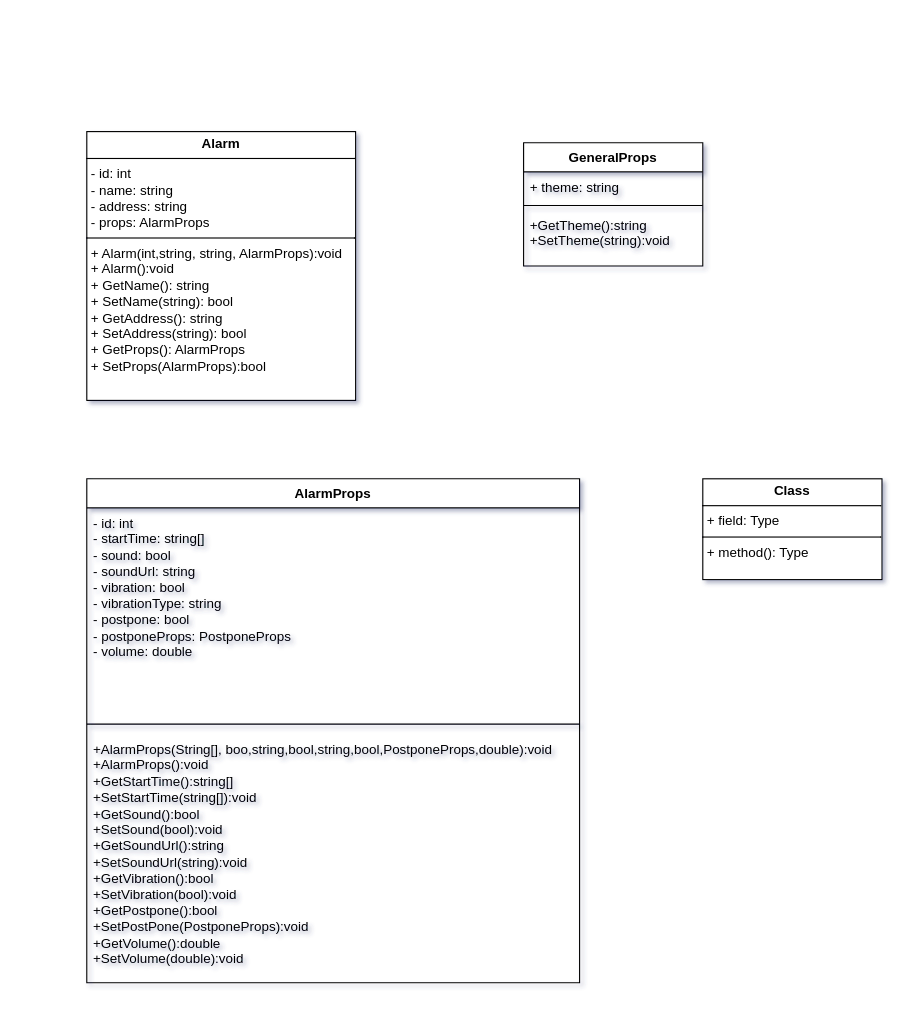
SenhorContritus/INI3B-EQ2 keeps this draw.io diagram as docs/diagrama de classes.drawio. Above is the earlier version. Source tidied: cells renumbered, new cells numbered last; positions are measured from the earlier drawing's top-left corner, leaving out a move shared by most shapes. Both pictures are drawn from the tidied source at 112%, with x=0, y=0 at pixel (86, 131).
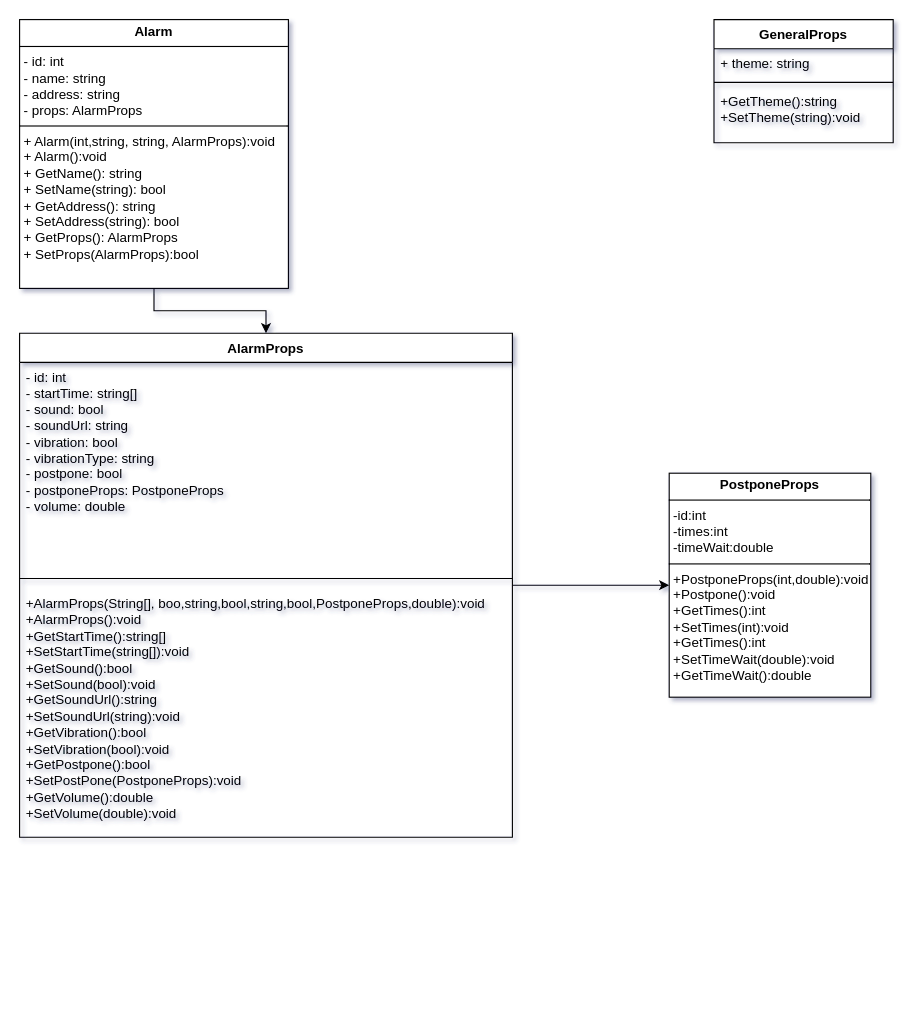
Above is the later version.

What changed in the source:
```diff
@@
 <mxGraphModel shadow="1">
   <root>
     <mxCell id="0" />
     <mxCell id="1" parent="0" />
+    <mxCell id="12" style="edgeStyle=orthogonalEdgeStyle;rounded=0;jettySize=auto;html=1;exitX=0.5;exitY=1;exitDx=0;exitDy=0;entryX=0.5;entryY=0;entryDx=0;entryDy=0;" parent="1" edge="1" source="2" target="3">
+      <mxGeometry relative="1" as="geometry" />
+    </mxCell>
     <mxCell id="2" value="&lt;p style=&quot;margin:0px;margin-top:4px;text-align:center;&quot;&gt;&lt;b&gt;Alarm&lt;/b&gt;&lt;/p&gt;&lt;hr size=&quot;1&quot; style=&quot;border-style:solid;&quot;&gt;&lt;p style=&quot;margin:0px;margin-left:4px;&quot;&gt;- id: int&lt;/p&gt;&lt;p style=&quot;margin:0px;margin-left:4px;&quot;&gt;- name: string&lt;/p&gt;&lt;p style=&quot;margin:0px;margin-left:4px;&quot;&gt;- address: string&lt;/p&gt;&lt;p style=&quot;margin:0px;margin-left:4px;&quot;&gt;- props: AlarmProps&lt;/p&gt;&lt;hr size=&quot;1&quot; style=&quot;border-style:solid;&quot;&gt;&lt;p style=&quot;margin:0px;margin-left:4px;&quot;&gt;+ Alarm(int,string, string, AlarmProps):void&lt;/p&gt;&lt;p style=&quot;margin:0px;margin-left:4px;&quot;&gt;+ Alarm():void&lt;/p&gt;&lt;p style=&quot;margin:0px;margin-left:4px;&quot;&gt;+ GetName(): string&lt;/p&gt;&lt;p style=&quot;margin:0px;margin-left:4px;&quot;&gt;+ SetName(string): bool&lt;/p&gt;&lt;p style=&quot;margin:0px;margin-left:4px;&quot;&gt;+ GetAddress(): string&lt;/p&gt;&lt;p style=&quot;margin:0px;margin-left:4px;&quot;&gt;+ SetAddress(string): bool&lt;/p&gt;&lt;p style=&quot;margin:0px;margin-left:4px;&quot;&gt;+ GetProps(): AlarmProps&lt;/p&gt;&lt;p style=&quot;margin:0px;margin-left:4px;&quot;&gt;+ SetProps(AlarmProps):bool&lt;/p&gt;" style="verticalAlign=top;align=left;overflow=fill;html=1;whiteSpace=wrap;" parent="1" vertex="1">
-      <mxGeometry width="240" height="240" as="geometry" />
+      <mxGeometry x="-60" y="-100" width="240" height="240" as="geometry" />
     </mxCell>
+    <mxCell id="13" style="edgeStyle=orthogonalEdgeStyle;rounded=0;jettySize=auto;html=1;entryX=0;entryY=0.5;entryDx=0;entryDy=0;" parent="1" edge="1" source="3" target="11">
+      <mxGeometry relative="1" as="geometry" />
+    </mxCell>
     <mxCell id="3" value="AlarmProps" style="swimlane;fontStyle=1;align=center;verticalAlign=top;horizontal=1;startSize=26;whiteSpace=wrap;html=1;" parent="1" vertex="1">
-      <mxGeometry y="310" width="440" height="450" as="geometry" />
+      <mxGeometry x="-60" y="180" width="440" height="450" as="geometry" />
     </mxCell>
     <mxCell id="4" value="&lt;div&gt;- id: int&lt;/div&gt;&lt;div&gt;- startTime: string[]&lt;/div&gt;- sound: bool&lt;div&gt;- soundUrl: string&lt;/div&gt;&lt;div&gt;- vibration: bool&lt;/div&gt;&lt;div&gt;- vibrationType: string&lt;/div&gt;&lt;div&gt;- postpone: bool&lt;/div&gt;&lt;div&gt;- postponeProps: PostponeProps&lt;/div&gt;&lt;div&gt;- volume: double&lt;/div&gt;" style="text;strokeColor=none;fillColor=none;align=left;verticalAlign=top;spacingLeft=4;spacingRight=4;overflow=hidden;whiteSpace=wrap;html=1;" parent="3" vertex="1">
       <mxGeometry y="26" width="440" height="184" as="geometry" />
     </mxCell>
     <mxCell id="5" style="line;strokeWidth=1;fillColor=none;align=left;verticalAlign=middle;spacingTop=-1;spacingLeft=3;spacingRight=3;labelPosition=right;strokeColor=inherit;" parent="3" vertex="1">
       <mxGeometry y="210" width="440" height="18" as="geometry" />
     </mxCell>
     <mxCell id="6" value="&lt;div&gt;+AlarmProps(String[], boo,string,bool,string,bool,PostponeProps,double):void&lt;/div&gt;&lt;div&gt;+AlarmProps():void&lt;/div&gt;&lt;div&gt;+GetStartTime():string[]&lt;/div&gt;&lt;div&gt;+SetStartTime(string[]):void&lt;/div&gt;+GetSound():bool&lt;div&gt;+SetSound(bool):void&lt;/div&gt;&lt;div&gt;+GetSoundUrl():string&lt;/div&gt;&lt;div&gt;+SetSoundUrl(string):void&lt;/div&gt;&lt;div&gt;+GetVibration():bool&lt;/div&gt;&lt;div&gt;+SetVibration(bool):void&lt;/div&gt;&lt;div&gt;+GetPostpone():bool&lt;/div&gt;&lt;div&gt;+SetPostPone(PostponeProps):void&lt;/div&gt;&lt;div&gt;+GetVolume():double&lt;/div&gt;&lt;div&gt;+SetVolume(double):void&lt;/div&gt;" style="text;strokeColor=none;fillColor=none;align=left;verticalAlign=top;spacingLeft=4;spacingRight=4;overflow=hidden;whiteSpace=wrap;html=1;" parent="3" vertex="1">
       <mxGeometry y="228" width="440" height="222" as="geometry" />
     </mxCell>
     <mxCell id="7" value="GeneralProps" style="swimlane;fontStyle=1;align=center;verticalAlign=top;horizontal=1;startSize=26;whiteSpace=wrap;html=1;" parent="1" vertex="1">
-      <mxGeometry x="390" y="10" width="160" height="110" as="geometry" />
+      <mxGeometry x="560" y="-100" width="160" height="110" as="geometry" />
     </mxCell>
     <mxCell id="8" value="+ theme: string" style="text;strokeColor=none;fillColor=none;align=left;verticalAlign=top;spacingLeft=4;spacingRight=4;overflow=hidden;whiteSpace=wrap;html=1;" parent="7" vertex="1">
       <mxGeometry y="26" width="160" height="26" as="geometry" />
     </mxCell>
     <mxCell id="9" style="line;strokeWidth=1;fillColor=none;align=left;verticalAlign=middle;spacingTop=-1;spacingLeft=3;spacingRight=3;labelPosition=right;strokeColor=inherit;" parent="7" vertex="1">
       <mxGeometry y="52" width="160" height="8" as="geometry" />
     </mxCell>
     <mxCell id="10" value="+GetTheme():string&lt;div&gt;+SetTheme(string):void&lt;/div&gt;" style="text;strokeColor=none;fillColor=none;align=left;verticalAlign=top;spacingLeft=4;spacingRight=4;overflow=hidden;whiteSpace=wrap;html=1;" parent="7" vertex="1">
       <mxGeometry y="60" width="160" height="50" as="geometry" />
     </mxCell>
-    <mxCell id="11" value="&lt;p style=&quot;margin:0px;margin-top:4px;text-align:center;&quot;&gt;&lt;b&gt;Class&lt;/b&gt;&lt;/p&gt;&lt;hr size=&quot;1&quot; style=&quot;border-style:solid;&quot;/&gt;&lt;p style=&quot;margin:0px;margin-left:4px;&quot;&gt;+ field: Type&lt;/p&gt;&lt;hr size=&quot;1&quot; style=&quot;border-style:solid;&quot;/&gt;&lt;p style=&quot;margin:0px;margin-left:4px;&quot;&gt;+ method(): Type&lt;/p&gt;" style="verticalAlign=top;align=left;overflow=fill;html=1;whiteSpace=wrap;" parent="1" vertex="1">
-      <mxGeometry x="550" y="310" width="160" height="90" as="geometry" />
+    <mxCell id="11" value="&lt;p style=&quot;margin:0px;margin-top:4px;text-align:center;&quot;&gt;&lt;b&gt;PostponeProps&lt;/b&gt;&lt;/p&gt;&lt;hr size=&quot;1&quot; style=&quot;border-style:solid;&quot;&gt;&lt;p style=&quot;margin:0px;margin-left:4px;&quot;&gt;-id:int&lt;/p&gt;&lt;p style=&quot;margin:0px;margin-left:4px;&quot;&gt;-times:int&lt;/p&gt;&lt;p style=&quot;margin:0px;margin-left:4px;&quot;&gt;-timeWait:double&lt;/p&gt;&lt;hr size=&quot;1&quot; style=&quot;border-style:solid;&quot;&gt;&lt;p style=&quot;margin:0px;margin-left:4px;&quot;&gt;+PostponeProps(int,double):void&lt;/p&gt;&lt;p style=&quot;margin:0px;margin-left:4px;&quot;&gt;+Postpone():void&lt;/p&gt;&lt;p style=&quot;margin:0px;margin-left:4px;&quot;&gt;+GetTimes():int&lt;/p&gt;&lt;p style=&quot;margin:0px;margin-left:4px;&quot;&gt;+SetTimes(int):void&lt;/p&gt;&lt;p style=&quot;margin:0px;margin-left:4px;&quot;&gt;+GetTimes():int&lt;/p&gt;&lt;p style=&quot;margin:0px;margin-left:4px;&quot;&gt;+SetTimeWait(double):void&lt;/p&gt;&lt;p style=&quot;margin:0px;margin-left:4px;&quot;&gt;+GetTimeWait():double&lt;/p&gt;&lt;p style=&quot;margin:0px;margin-left:4px;&quot;&gt;&lt;br&gt;&lt;/p&gt;" style="verticalAlign=top;align=left;overflow=fill;html=1;whiteSpace=wrap;" parent="1" vertex="1">
+      <mxGeometry x="520" y="305" width="180" height="200" as="geometry" />
     </mxCell>
+    <mxCell id="14" style="edgeStyle=orthogonalEdgeStyle;rounded=0;orthogonalLoop=1;jettySize=auto;html=1;exitX=0.5;exitY=1;exitDx=0;exitDy=0;" parent="1" edge="1" source="11" target="11">
+      <mxGeometry relative="1" as="geometry" />
+    </mxCell>
   </root>
 </mxGraphModel>
```
